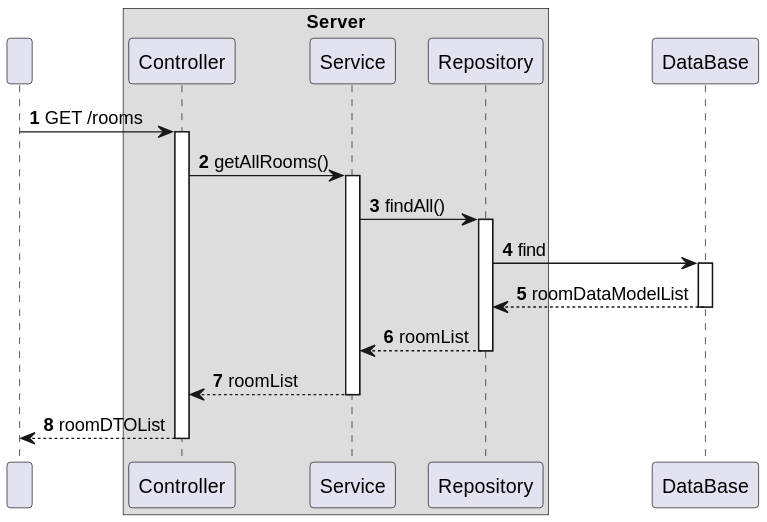
Before: docs/C4_4plus1_models/Level4/ProcessView/ProcessViewLevel4_UC03_v1.svg, a diagram exported from PlantUML (moutajDev/smarthome).
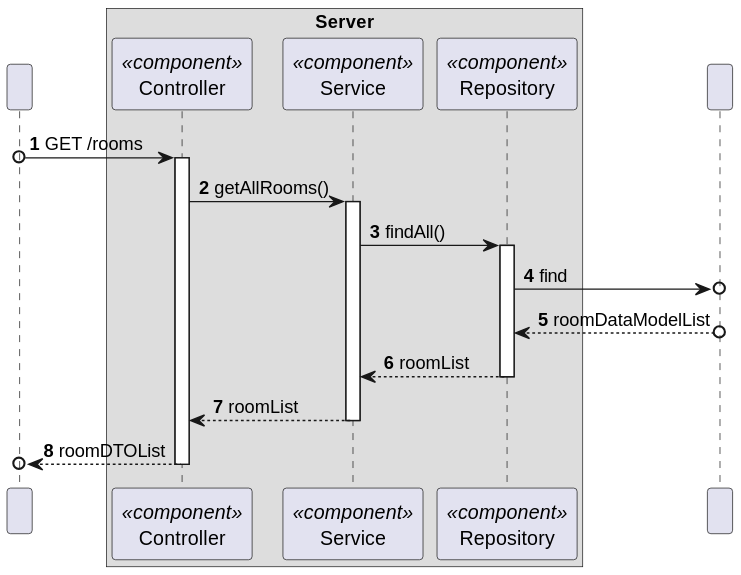
The same diagram one commit later.

Change to the diagram source:
```diff
@@ -7,14 +7,14 @@
 participant " " as HTTP
 
 box "Server"
-    participant "Controller" as CTRL
-    participant "Service" as SV
-    participant "Repository" as REPO
+    participant "Controller" as CTRL<<component>>
+    participant "Service" as SV<<component>>
+    participant "Repository" as REPO<<component>>
 
 end box
-participant "DataBase" as BD
+participant " " as BD
 
-HTTP -> CTRL : GET /rooms
+HTTP o-> CTRL : GET /rooms
 activate CTRL
 
 
@@ -24,11 +24,8 @@
 SV -> REPO : findAll()
 activate REPO
 
-REPO -> BD : find
-activate BD
-
-BD --> REPO : roomDataModelList
-deactivate BD
+REPO ->o BD : find
+BD o--> REPO : roomDataModelList
 
 REPO --> SV : roomList
 deactivate REPO
@@ -36,6 +33,6 @@
 SV --> CTRL : roomList
 deactivate SV
 
-CTRL --> HTTP : roomDTOList
+CTRL -->o HTTP : roomDTOList
 deactivate CTRL
 @enduml
```
